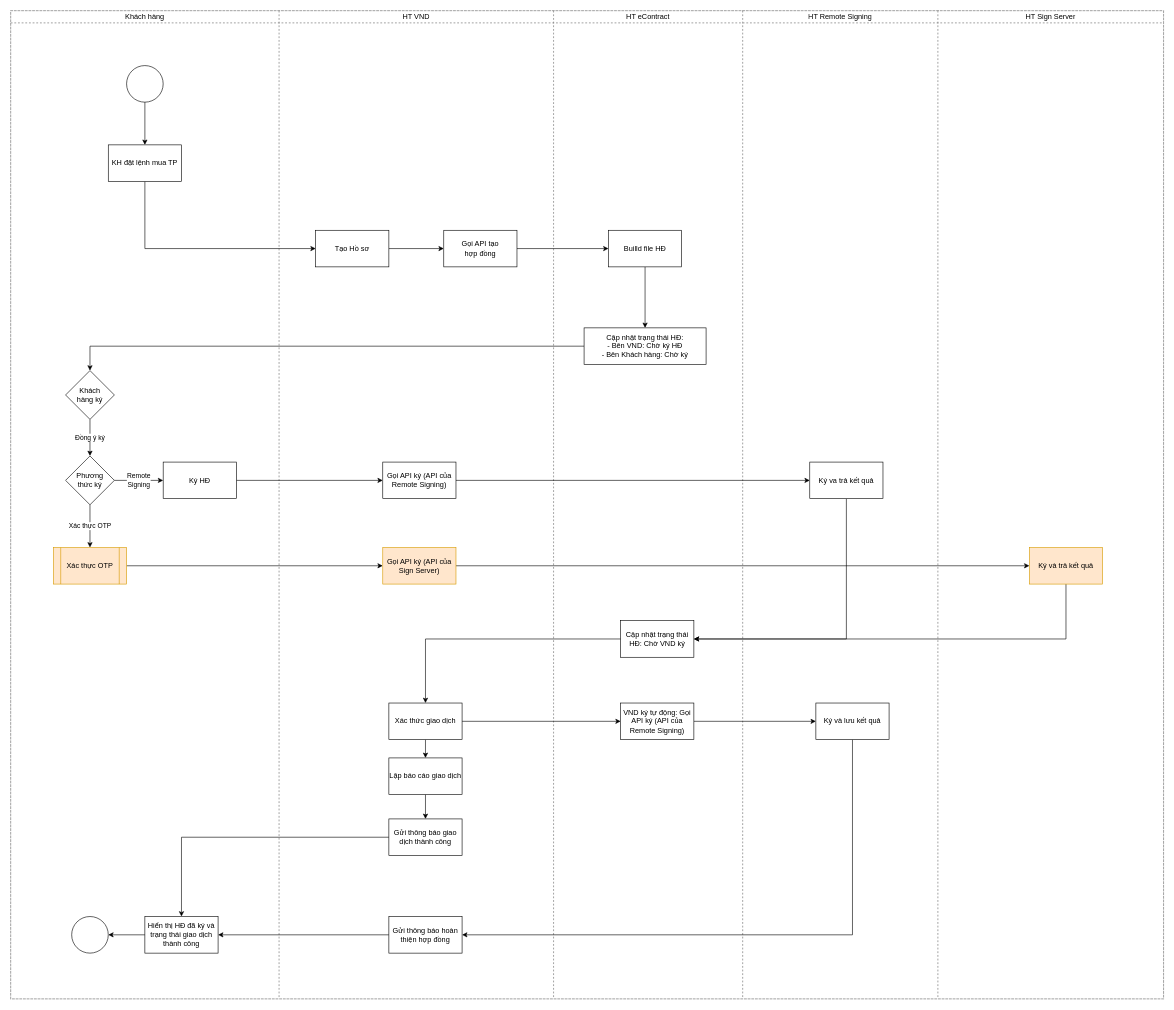
The draw.io diagram page "econtract trái phiếu 02" (5 of 5) of Untitled Diagram.drawio in samhp-cloud/star, before the edit. Source tidied: cells renumbered, new cells numbered last; positions are measured from the earlier drawing's top-left corner, leaving out a move shared by most shapes. Both pictures are drawn from the tidied source at 61%, with x=0, y=0 at pixel (10, 10).
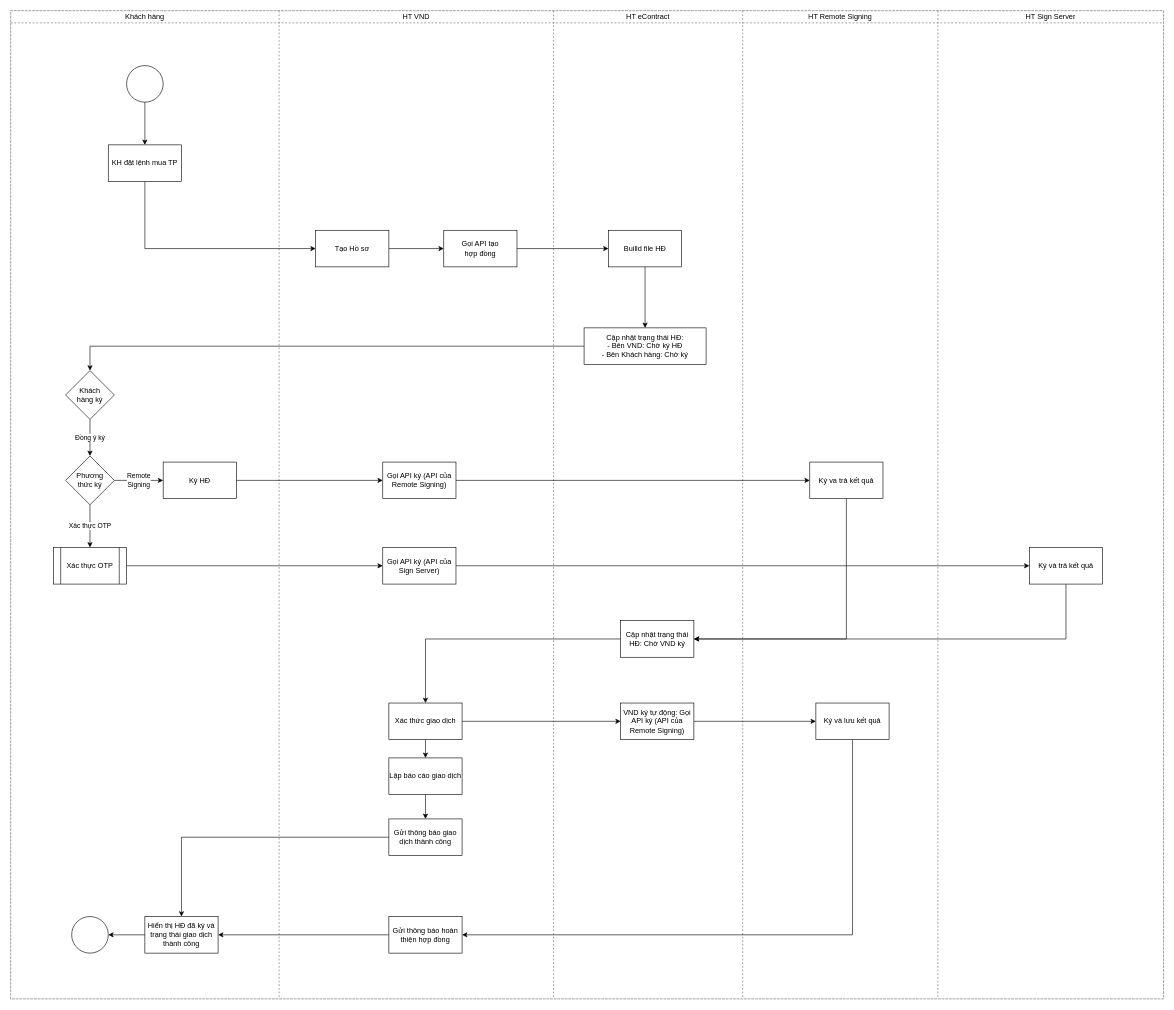
After the change.

Change to the diagram source:
```diff
@@
-    <mxCell id="41" value="Xác thực OTP" style="shape=process;whiteSpace=wrap;html=1;backgroundOutline=1;fillColor=#ffe6cc;strokeColor=#d79b00;" parent="1" vertex="1">
+    <mxCell id="41" value="Xác thực OTP" style="shape=process;whiteSpace=wrap;html=1;backgroundOutline=1;" parent="1" vertex="1">
       <mxGeometry x="70" y="880" width="120" height="60" as="geometry" />
     </mxCell>
@@
-    <mxCell id="45" value="Gọi API ký (API của Sign Server)" style="whiteSpace=wrap;html=1;fillColor=#ffe6cc;strokeColor=#d79b00;" parent="1" vertex="1">
+    <mxCell id="45" value="Gọi API ký (API của Sign Server)" style="whiteSpace=wrap;html=1;" parent="1" vertex="1">
       <mxGeometry x="610" y="880" width="120" height="60" as="geometry" />
     </mxCell>
@@
-    <mxCell id="47" value="Ký và trả kết quả" style="whiteSpace=wrap;html=1;fillColor=#ffe6cc;strokeColor=#d79b00;" parent="1" vertex="1">
+    <mxCell id="47" value="Ký và trả kết quả" style="whiteSpace=wrap;html=1;" parent="1" vertex="1">
       <mxGeometry x="1670" y="880" width="120" height="60" as="geometry" />
     </mxCell>
```
